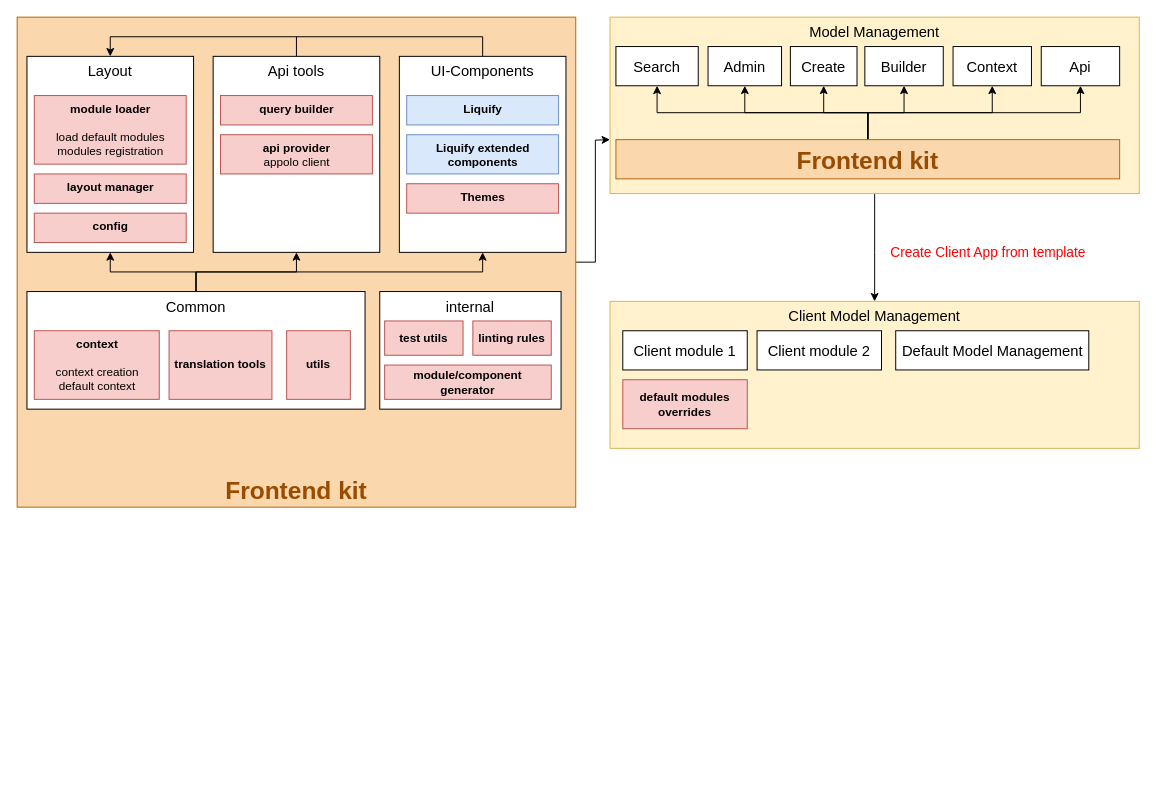
Before: page "Page-2" (2 of 2) of Untitled Diagram.drawio in haithemT/diagrams, a draw.io diagram. Source tidied: cells renumbered, new cells numbered last; positions are measured from the earlier drawing's top-left corner, leaving out a move shared by most shapes. Both pictures are drawn from the tidied source at 98%, with x=0, y=0 at pixel (17, 17).
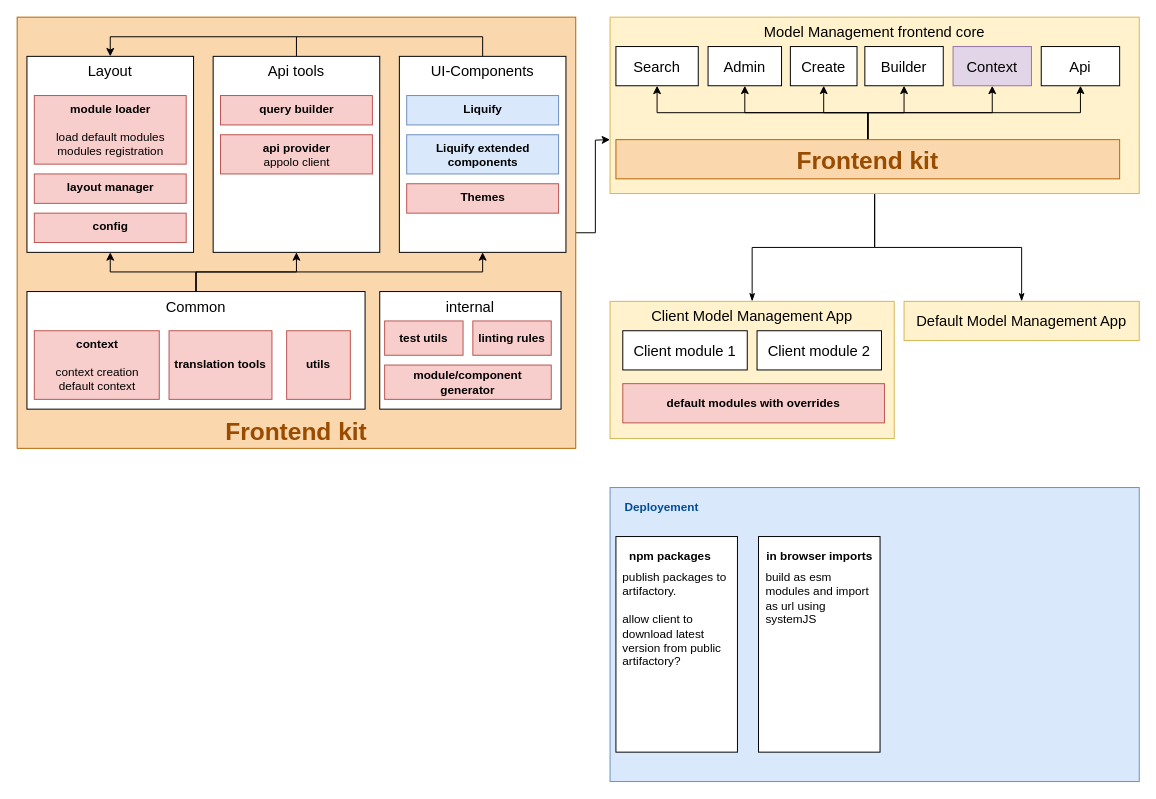
Above is the later version.

The edit, as a diff of the source:
```diff
@@
+    <mxCell id="49" style="rounded=0;whiteSpace=wrap;html=1;fillColor=#dae8fc;strokeColor=#6c8ebf;" parent="1" vertex="1">
+      <mxGeometry x="605" y="480" width="540" height="300" as="geometry" />
+    </mxCell>
+    <mxCell id="50" value="build as esm modules and import as url using systemJS&lt;br&gt;" style="rounded=0;whiteSpace=wrap;html=1;fontColor=#000000;verticalAlign=top;spacingTop=28;align=left;spacingLeft=5;spacingRight=5;" parent="1" vertex="1">
+      <mxGeometry x="756.5" y="530" width="124" height="220" as="geometry" />
+    </mxCell>
+    <mxCell id="51" value="publish packages to artifactory.&lt;br&gt;&lt;br&gt;allow client to download latest version from public artifactory?" style="rounded=0;whiteSpace=wrap;html=1;fontColor=#000000;verticalAlign=top;spacingTop=28;align=left;spacingLeft=5;spacingRight=5;" parent="1" vertex="1">
+      <mxGeometry x="611" y="530" width="124" height="220" as="geometry" />
+    </mxCell>
-    <mxCell id="2" value="Client Model Management" style="rounded=0;whiteSpace=wrap;html=1;fontSize=15;align=center;fillColor=#fff2cc;strokeColor=#d6b656;verticalAlign=top;" parent="1" vertex="1">
-      <mxGeometry x="605" y="290" width="540" height="150" as="geometry" />
+    <mxCell id="2" value="Client Model Management App" style="rounded=0;whiteSpace=wrap;html=1;fontSize=15;align=center;fillColor=#fff2cc;strokeColor=#d6b656;verticalAlign=top;" parent="1" vertex="1">
+      <mxGeometry x="605" y="290" width="290" height="140" as="geometry" />
     </mxCell>
@@
     <mxCell id="4" value="&lt;font style=&quot;font-size: 25px&quot;&gt;&lt;b&gt;Frontend kit&lt;/b&gt;&lt;/font&gt;" style="rounded=0;whiteSpace=wrap;html=1;fontSize=17;align=center;fillColor=#fad7ac;strokeColor=#b46504;verticalAlign=bottom;fontColor=#994C00;" parent="1" vertex="1">
-      <mxGeometry width="570" height="500" as="geometry" />
+      <mxGeometry width="570" height="440" as="geometry" />
     </mxCell>
@@
-    <mxCell id="25" style="edgeStyle=orthogonalEdgeStyle;rounded=0;jettySize=auto;html=1;exitX=0.5;exitY=1;exitDx=0;exitDy=0;entryX=0.5;entryY=0;entryDx=0;entryDy=0;fontColor=#66B2FF;" parent="1" edge="1" source="26" target="2">
-      <mxGeometry relative="1" as="geometry">
-        <Array as="points">
-          <mxPoint x="875" y="240" />
-          <mxPoint x="875" y="240" />
-        </Array>
-      </mxGeometry>
+    <mxCell id="25" style="edgeStyle=orthogonalEdgeStyle;rounded=0;jettySize=auto;html=1;exitX=0.5;exitY=1;exitDx=0;exitDy=0;entryX=0.5;entryY=0;entryDx=0;entryDy=0;endArrow=classicThin;endFill=1;startArrow=none;startFill=0;" parent="1" edge="1" source="26" target="2">
+      <mxGeometry relative="1" as="geometry" />
     </mxCell>
+    <mxCell id="52" style="edgeStyle=orthogonalEdgeStyle;rounded=0;jettySize=auto;html=1;exitX=0.5;exitY=1;exitDx=0;exitDy=0;entryX=0.5;entryY=0;entryDx=0;entryDy=0;startArrow=none;startFill=0;endArrow=classicThin;endFill=1;" parent="1" edge="1" source="26" target="53">
+      <mxGeometry relative="1" as="geometry">
+        <Array as="points">
+          <mxPoint x="875" y="235" />
+          <mxPoint x="1025" y="235" />
+        </Array>
+      </mxGeometry>
+    </mxCell>
-    <mxCell id="26" value="Model Management" style="rounded=0;whiteSpace=wrap;html=1;fontSize=15;align=center;fillColor=#fff2cc;strokeColor=#d6b656;verticalAlign=top;" parent="1" vertex="1">
+    <mxCell id="26" value="Model Management frontend core" style="rounded=0;whiteSpace=wrap;html=1;fontSize=15;align=center;fillColor=#fff2cc;strokeColor=#d6b656;verticalAlign=top;" parent="1" vertex="1">
       <mxGeometry x="605" width="540" height="180" as="geometry" />
     </mxCell>
@@
-    <mxCell id="38" value="&lt;font color=&quot;#000000&quot;&gt;Context&lt;/font&gt;" style="rounded=0;whiteSpace=wrap;html=1;fontSize=15;fontColor=#FF0000;verticalAlign=middle;" parent="1" vertex="1">
+    <mxCell id="38" value="&lt;font color=&quot;#000000&quot;&gt;Context&lt;/font&gt;" style="rounded=0;whiteSpace=wrap;html=1;fontSize=15;verticalAlign=middle;fillColor=#e1d5e7;strokeColor=#9673a6;" parent="1" vertex="1">
       <mxGeometry x="955" y="30" width="80" height="40" as="geometry" />
     </mxCell>
@@
-    <mxCell id="40" value="&lt;span style=&quot;color: rgb(0 , 0 , 0)&quot;&gt;Default Model Management&lt;/span&gt;" style="rounded=0;whiteSpace=wrap;html=1;fontSize=15;fontColor=#FF0000;verticalAlign=middle;align=center;" parent="1" vertex="1">
-      <mxGeometry x="896.5" y="320" width="197" height="40" as="geometry" />
-    </mxCell>
-    <mxCell id="41" value="Create Client App from template" style="text;html=1;strokeColor=none;fillColor=none;align=center;verticalAlign=middle;whiteSpace=wrap;rounded=0;fontColor=#FF0000;fontSize=14;" parent="1" vertex="1">
-      <mxGeometry x="877" y="230" width="228" height="20" as="geometry" />
-    </mxCell>
@@
-    <mxCell id="48" value="default modules overrides" style="rounded=0;whiteSpace=wrap;html=1;fontSize=12;align=center;fillColor=#f8cecc;strokeColor=#b85450;fontStyle=1;" parent="1" vertex="1">
-      <mxGeometry x="618" y="370" width="127" height="50" as="geometry" />
+    <mxCell id="48" value="default modules with overrides" style="rounded=0;whiteSpace=wrap;html=1;fontSize=12;align=center;fillColor=#f8cecc;strokeColor=#b85450;fontStyle=1;" parent="1" vertex="1">
+      <mxGeometry x="618" y="374" width="267" height="40" as="geometry" />
     </mxCell>
+    <mxCell id="53" value="Default Model Management App" style="rounded=0;whiteSpace=wrap;html=1;fontSize=15;align=center;fillColor=#fff2cc;strokeColor=#d6b656;verticalAlign=middle;" parent="1" vertex="1">
+      <mxGeometry x="905" y="290" width="240" height="40" as="geometry" />
+    </mxCell>
+    <mxCell id="54" value="Deployement" style="text;html=1;strokeColor=none;fillColor=none;align=center;verticalAlign=middle;whiteSpace=wrap;rounded=0;fontStyle=1;fontColor=#004C99;" parent="1" vertex="1">
+      <mxGeometry x="618" y="490" width="80" height="20" as="geometry" />
+    </mxCell>
+    <mxCell id="55" value="npm packages" style="text;html=1;strokeColor=none;fillColor=none;align=center;verticalAlign=middle;whiteSpace=wrap;rounded=0;fontStyle=1;" parent="1" vertex="1">
+      <mxGeometry x="618" y="540" width="97" height="20" as="geometry" />
+    </mxCell>
+    <mxCell id="56" value="in browser imports" style="text;html=1;strokeColor=none;fillColor=none;align=center;verticalAlign=middle;whiteSpace=wrap;rounded=0;fontStyle=1;" parent="1" vertex="1">
+      <mxGeometry x="760.5" y="540" width="116" height="20" as="geometry" />
+    </mxCell>
```
